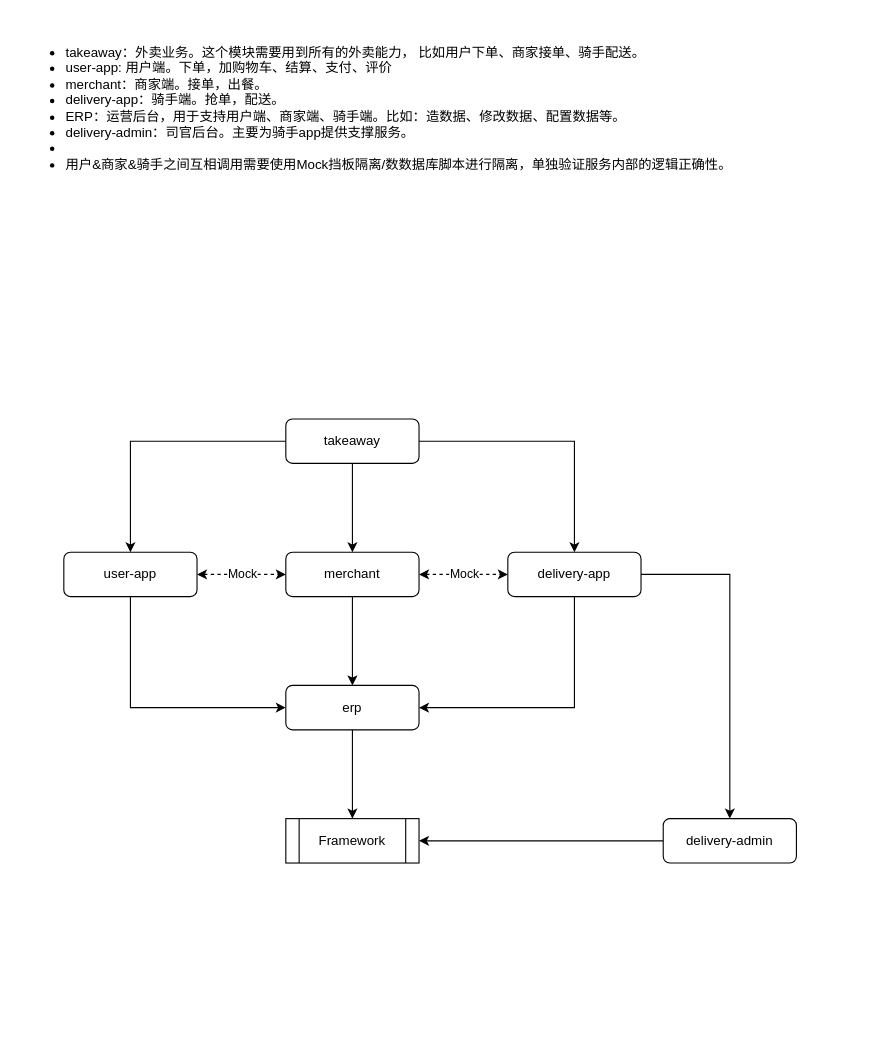
The draw.io diagram page "测试用例依赖关系图" (6 of 6) of docs/HP业务梳理.drawio in pan444909312/automation, before the edit. Source tidied: cells renumbered, new cells numbered last; positions are measured from the earlier drawing's top-left corner, leaving out a move shared by most shapes. Both pictures are drawn from the tidied source at 111%, with x=0, y=0 at pixel (19, 19).
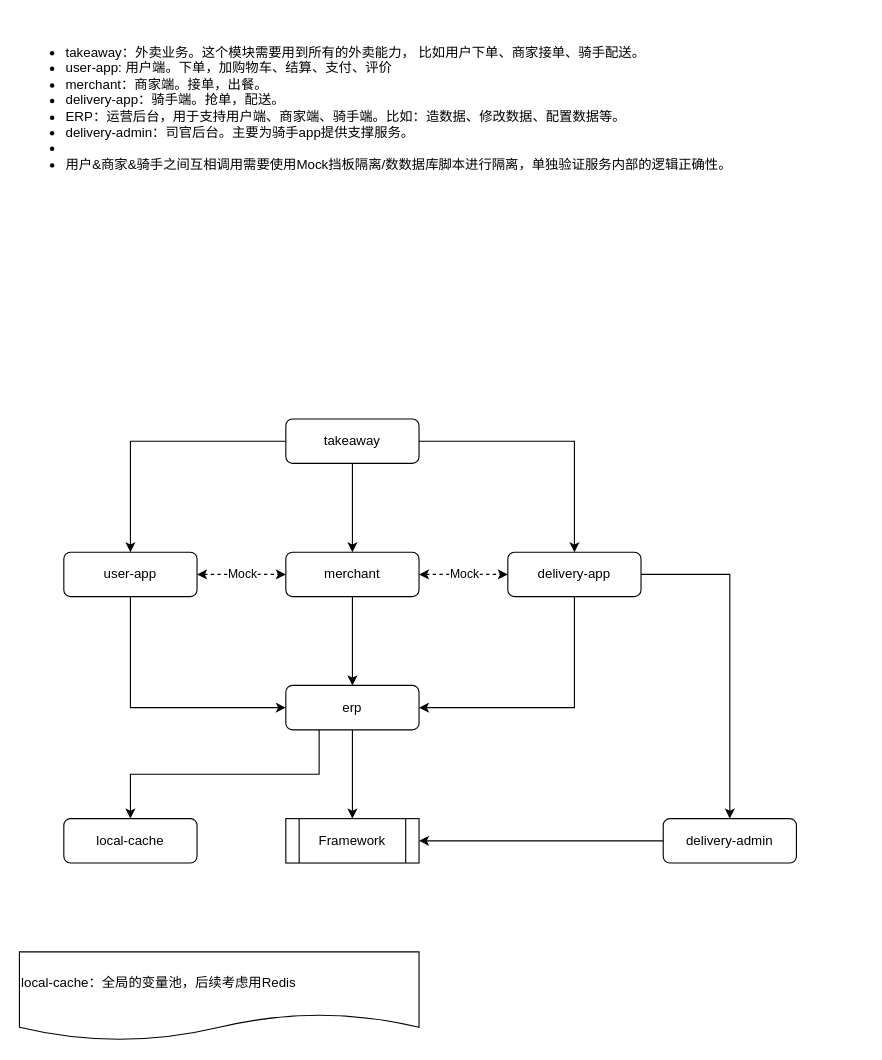
After the change.

Unchanged cells that the change refers to:
```xml
<mxCell id="10" value="erp" style="rounded=1;whiteSpace=wrap;html=1;" parent="1" vertex="1">
  <mxGeometry x="240" y="600" width="120" height="40" as="geometry" />
</mxCell>
```

Change to the diagram source:
```diff
@@
+    <mxCell id="23" style="edgeStyle=orthogonalEdgeStyle;rounded=0;jettySize=auto;html=1;entryX=0.5;entryY=0;entryDx=0;entryDy=0;exitX=0.25;exitY=1;exitDx=0;exitDy=0;" parent="1" edge="1" source="10" target="24">
+      <mxGeometry relative="1" as="geometry" />
+    </mxCell>
@@
+    <mxCell id="24" value="local-cache" style="rounded=1;whiteSpace=wrap;html=1;" parent="1" vertex="1">
+      <mxGeometry x="40" y="720" width="120" height="40" as="geometry" />
+    </mxCell>
+    <mxCell id="25" value="local-cache：全局的变量池，后续考虑用Redis" style="shape=document;whiteSpace=wrap;html=1;boundedLbl=1;align=left;" parent="1" vertex="1">
+      <mxGeometry y="840" width="360" height="80" as="geometry" />
+    </mxCell>
```
